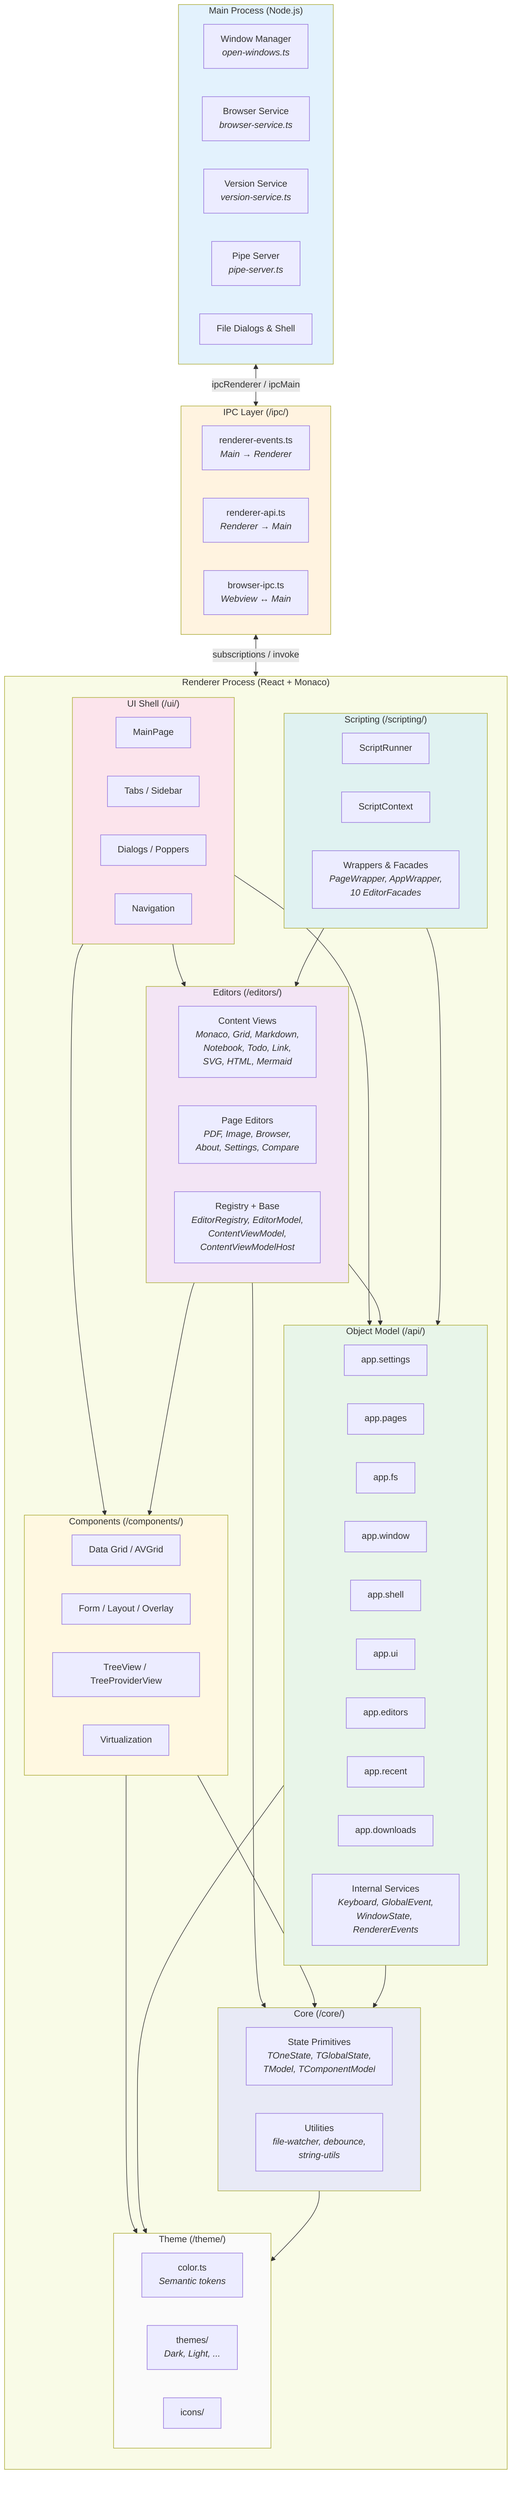
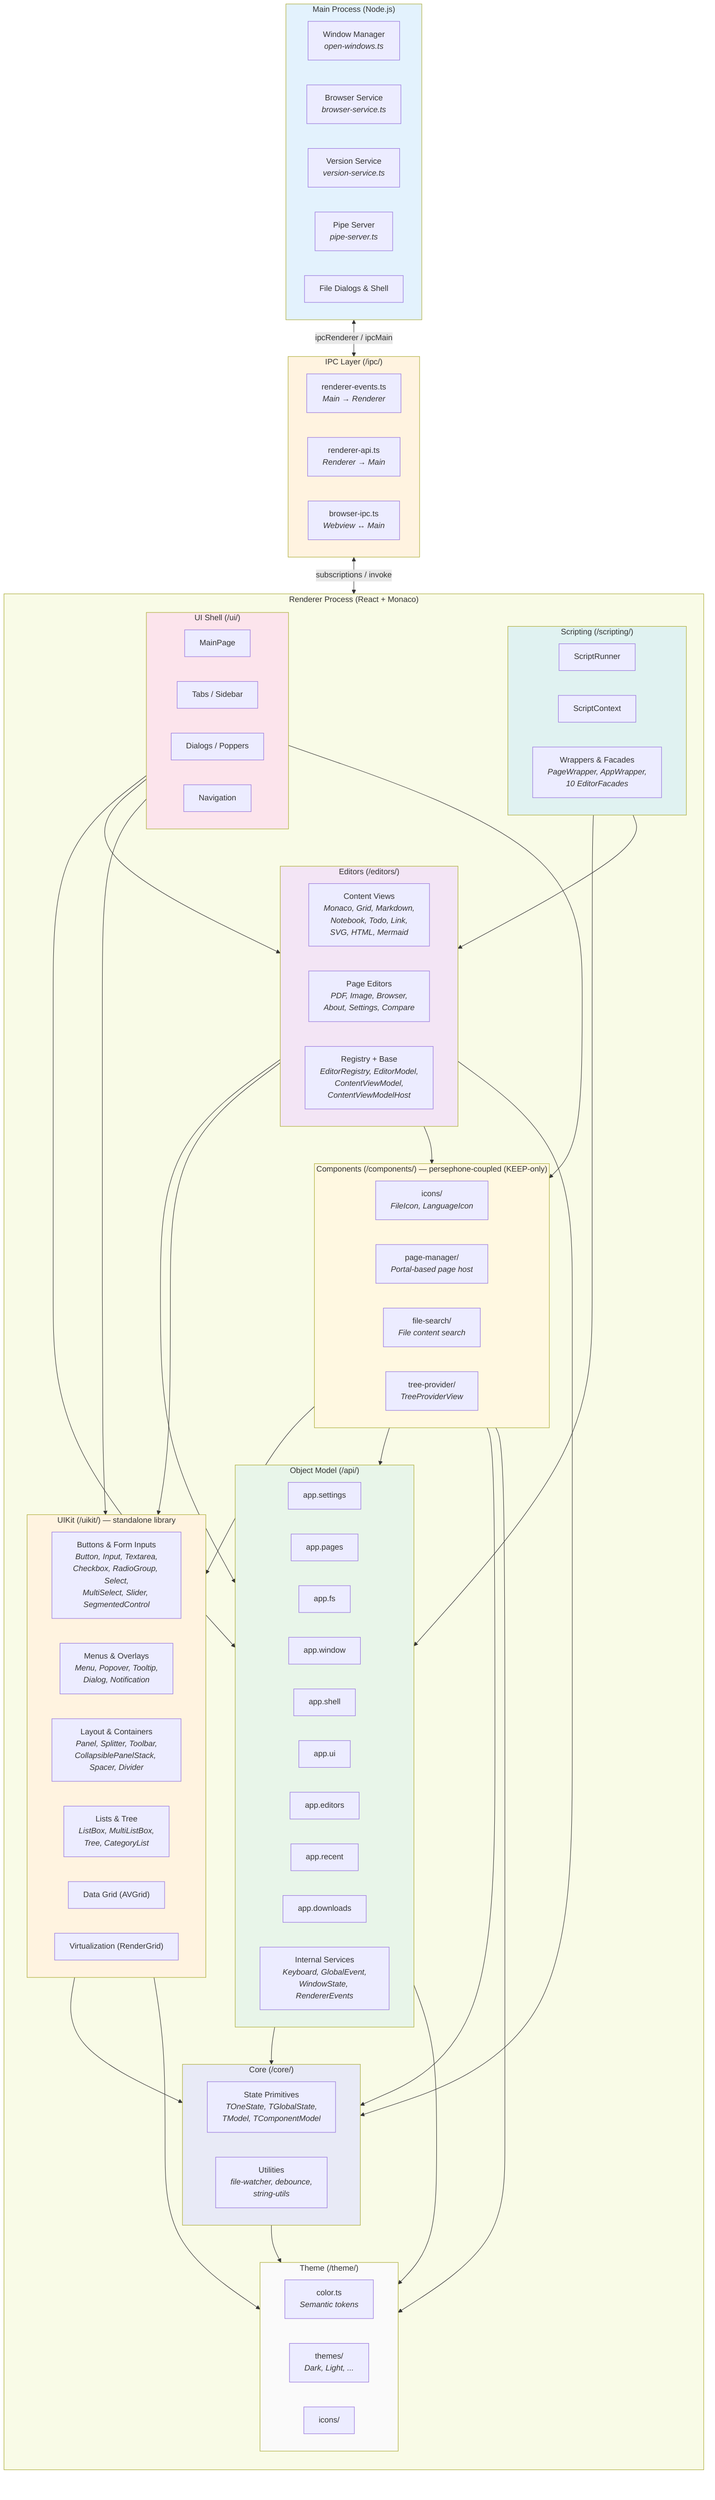
graph TB
    subgraph MAIN["Main Process (Node.js)"]
        M1["Window Manager<br/><i>open-windows.ts</i>"]
        M2["Browser Service<br/><i>browser-service.ts</i>"]
        M3["Version Service<br/><i>version-service.ts</i>"]
        M4["Pipe Server<br/><i>pipe-server.ts</i>"]
        M5["File Dialogs &amp; Shell"]
    end

    subgraph IPC["IPC Layer (/ipc/)"]
        I1["renderer-events.ts<br/><i>Main → Renderer</i>"]
        I2["renderer-api.ts<br/><i>Renderer → Main</i>"]
        I3["browser-ipc.ts<br/><i>Webview ↔ Main</i>"]
    end

    subgraph RENDERER["Renderer Process (React + Monaco)"]
        direction TB

        subgraph API["Object Model (/api/)"]
            A1["app.settings"]
            A2["app.pages"]
            A3["app.fs"]
            A4["app.window"]
            A5["app.shell"]
            A6["app.ui"]
            A7["app.editors"]
            A8["app.recent"]
            A9["app.downloads"]
            A10["Internal Services<br/><i>Keyboard, GlobalEvent,<br/>WindowState, RendererEvents</i>"]
        end

        subgraph UI["UI Shell (/ui/)"]
            U1["MainPage"]
            U2["Tabs / Sidebar"]
            U3["Dialogs / Poppers"]
            U4["Navigation"]
        end

        subgraph EDIT["Editors (/editors/)"]
            E1["Content Views<br/><i>Monaco, Grid, Markdown,<br/>Notebook, Todo, Link,<br/>SVG, HTML, Mermaid</i>"]
            E2["Page Editors<br/><i>PDF, Image, Browser,<br/>About, Settings, Compare</i>"]
            E3["Registry + Base<br/><i>EditorRegistry, EditorModel,<br/>ContentViewModel,<br/>ContentViewModelHost</i>"]
        end

        subgraph SCRIPT["Scripting (/scripting/)"]
            S1["ScriptRunner"]
            S2["ScriptContext"]
            S3["Wrappers &amp; Facades<br/><i>PageWrapper, AppWrapper,<br/>10 EditorFacades</i>"]
        end

-         subgraph COMP["Components (/components/)"]
-             C1["Data Grid / AVGrid"]
-             C2["Form / Layout / Overlay"]
-             C3["TreeView / TreeProviderView"]
-             C4["Virtualization"]
+         subgraph UIKIT["UIKit (/uikit/) — standalone library"]
+             UK1["Buttons &amp; Form Inputs<br/><i>Button, Input, Textarea,<br/>Checkbox, RadioGroup, Select,<br/>MultiSelect, Slider, SegmentedControl</i>"]
+             UK2["Menus &amp; Overlays<br/><i>Menu, Popover, Tooltip,<br/>Dialog, Notification</i>"]
+             UK3["Layout &amp; Containers<br/><i>Panel, Splitter, Toolbar,<br/>CollapsiblePanelStack, Spacer, Divider</i>"]
+             UK4["Lists &amp; Tree<br/><i>ListBox, MultiListBox,<br/>Tree, CategoryList</i>"]
+             UK5["Data Grid (AVGrid)"]
+             UK6["Virtualization (RenderGrid)"]
+         end
+ 
+         subgraph COMP["Components (/components/) — persephone-coupled (KEEP-only)"]
+             C1["icons/<br/><i>FileIcon, LanguageIcon</i>"]
+             C2["page-manager/<br/><i>Portal-based page host</i>"]
+             C3["file-search/<br/><i>File content search</i>"]
+             C4["tree-provider/<br/><i>TreeProviderView</i>"]
        end

        subgraph CORE["Core (/core/)"]
            CO1["State Primitives<br/><i>TOneState, TGlobalState,<br/>TModel, TComponentModel</i>"]
            CO2["Utilities<br/><i>file-watcher, debounce,<br/>string-utils</i>"]
        end

        subgraph THEME["Theme (/theme/)"]
            TH1["color.ts<br/><i>Semantic tokens</i>"]
            TH2["themes/<br/><i>Dark, Light, ...</i>"]
            TH3["icons/"]
        end
    end

    %% Process connections
    MAIN <-->|"ipcRenderer / ipcMain"| IPC
    IPC <-->|"subscriptions / invoke"| API

    %% Renderer layer dependencies (top-down)
    UI --> API
    UI --> EDIT
+     UI --> UIKIT
    UI --> COMP
    EDIT --> API
+     EDIT --> UIKIT
    EDIT --> COMP
    EDIT --> CORE
    SCRIPT --> API
    SCRIPT --> EDIT
+     COMP --> UIKIT
+     COMP --> API
    COMP --> CORE
    COMP --> THEME
+     UIKIT --> CORE
+     UIKIT --> THEME
    API --> CORE
    API --> THEME
    CORE --> THEME

    %% Styles
    style MAIN fill:#e3f2fd
    style IPC fill:#fff3e0
    style RENDERER fill:#f9fbe7
    style API fill:#e8f5e9
    style UI fill:#fce4ec
    style EDIT fill:#f3e5f5
    style SCRIPT fill:#e0f2f1
+     style UIKIT fill:#fff3e0
    style COMP fill:#fff8e1
    style CORE fill:#e8eaf6
    style THEME fill:#fafafa
